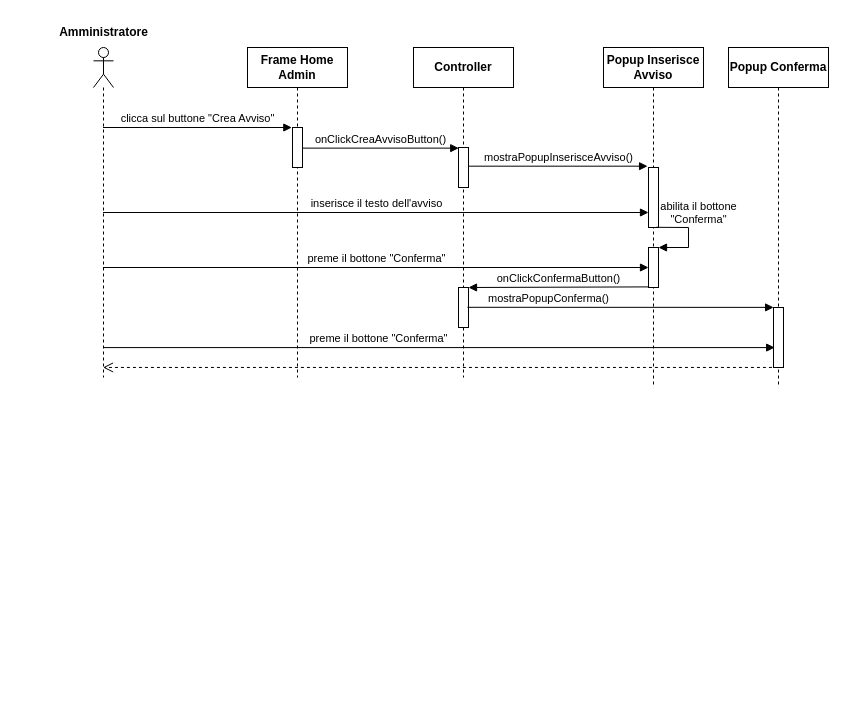
The draw.io diagram Documentazione/Sequence Diagram/Analisi/drawio/Sequence Diagram - Inserisce Avviso.drawio in vittorioruggiero/Progetto-IngSw, before the edit. Source tidied: cells renumbered, new cells numbered last; positions are measured from the earlier drawing's top-left corner, leaving out a move shared by most shapes. Both pictures are drawn from the tidied source at 100%, with x=0, y=0 at pixel (48, 17).
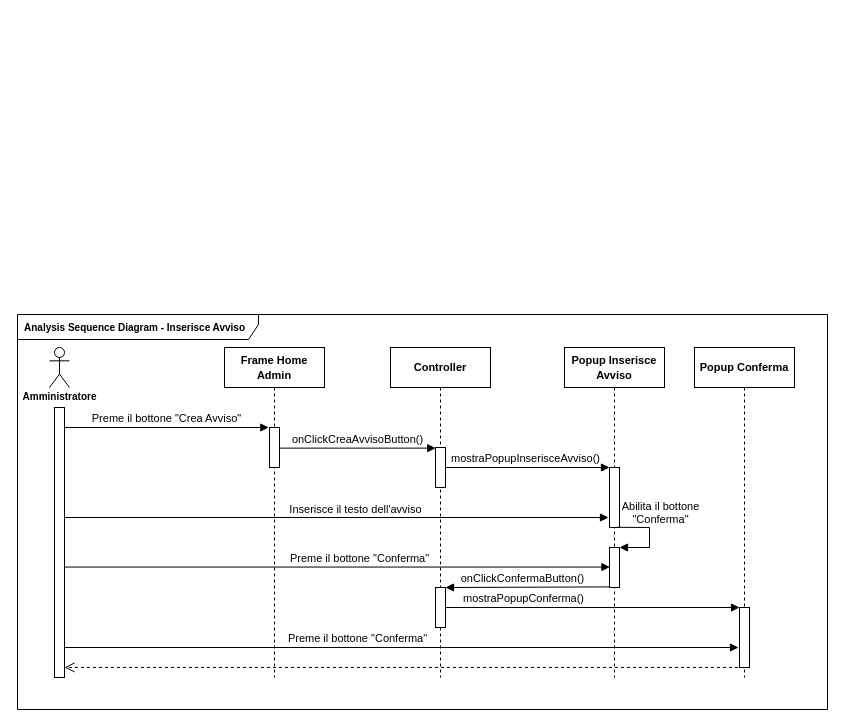
After the change.

Commit message (it also covers changes not shown here):
sequence diagram corretti

Unchanged cells that the change refers to:
```xml
<mxCell id="6" style="html=1;points=[];perimeter=orthogonalPerimeter;" parent="5" vertex="1">
  <mxGeometry x="45" y="120" width="10" height="60" as="geometry" />
</mxCell>
<mxCell id="7" style="html=1;points=[];perimeter=orthogonalPerimeter;" parent="5" vertex="1">
  <mxGeometry x="45" y="200" width="10" height="40" as="geometry" />
</mxCell>
<mxCell id="10" style="html=1;points=[];perimeter=orthogonalPerimeter;" parent="9" vertex="1">
  <mxGeometry x="45" y="100" width="10" height="40" as="geometry" />
</mxCell>
<mxCell id="11" style="html=1;points=[];perimeter=orthogonalPerimeter;" parent="9" vertex="1">
  <mxGeometry x="45" y="240" width="10" height="40" as="geometry" />
</mxCell>
<mxCell id="13" style="html=1;points=[];perimeter=orthogonalPerimeter;" parent="12" vertex="1">
  <mxGeometry x="45" y="80" width="10" height="40" as="geometry" />
</mxCell>
<mxCell id="20" style="html=1;points=[];perimeter=orthogonalPerimeter;" parent="19" vertex="1">
  <mxGeometry x="45" y="260" width="10" height="60" as="geometry" />
</mxCell>
```

Change to the diagram source:
```diff
@@
-    <mxCell id="2" style="shape=umlLifeline;participant=umlActor;perimeter=lifelinePerimeter;whiteSpace=wrap;html=1;verticalAlign=top;spacingTop=36;outlineConnect=0;size=40;" parent="1" vertex="1">
-      <mxGeometry x="45" y="30" width="20" height="330" as="geometry" />
-    </mxCell>
-    <mxCell id="3" value="clicca sul buttone &quot;Crea Avviso&quot;" style="html=1;verticalAlign=bottom;endArrow=block;rounded=0;entryX=-0.067;entryY=0;entryDx=0;entryDy=0;entryPerimeter=0;" parent="1" edge="1" source="2" target="13">
-      <mxGeometry relative="1" as="geometry" />
-    </mxCell>
-    <mxCell id="4" value="Amministratore" style="text;html=1;align=center;verticalAlign=middle;strokeColor=none;fillColor=none;fontStyle=1;" parent="1" vertex="1">
-      <mxGeometry width="110" height="30" as="geometry" />
-    </mxCell>
+    <mxCell id="24" value="&lt;b&gt;Analysis Sequence Diagram - Inserisce Avviso&lt;/b&gt;" style="shape=umlFrame;whiteSpace=wrap;html=1;width=241;height=25;boundedLbl=1;verticalAlign=middle;align=left;spacingLeft=5;fontSize=10;fillColor=none;" parent="1" vertex="1">
+      <mxGeometry x="-31" y="297" width="810" height="395" as="geometry" />
+    </mxCell>
+    <mxCell id="25" value="Preme il bottone &quot;Crea Avviso&quot;" style="html=1;verticalAlign=bottom;endArrow=block;rounded=0;entryX=-0.067;entryY=0;entryDx=0;entryDy=0;entryPerimeter=0;labelBackgroundColor=none;" parent="1" edge="1" source="31" target="13">
+      <mxGeometry relative="1" as="geometry" />
+    </mxCell>
-    <mxCell id="5" value="&lt;b&gt;Popup Inserisce Avviso&lt;/b&gt;" style="shape=umlLifeline;perimeter=lifelinePerimeter;whiteSpace=wrap;html=1;" parent="1" vertex="1">
-      <mxGeometry x="555" y="30" width="100" height="340" as="geometry" />
+    <mxCell id="5" value="&lt;b&gt;&lt;font style=&quot;font-size: 11px;&quot;&gt;Popup Inserisce Avviso&lt;/font&gt;&lt;/b&gt;" style="shape=umlLifeline;perimeter=lifelinePerimeter;whiteSpace=wrap;html=1;" parent="1" vertex="1">
+      <mxGeometry x="516" y="330" width="100" height="330" as="geometry" />
     </mxCell>
@@
-    <mxCell id="8" value="abilita il bottone &lt;br&gt;&quot;Conferma&quot;" style="html=1;verticalAlign=bottom;endArrow=block;rounded=0;exitX=0.759;exitY=0.997;exitDx=0;exitDy=0;exitPerimeter=0;" parent="5" edge="1">
-      <mxGeometry x="-0.21" y="10" relative="1" as="geometry">
-        <mxPoint x="52.6" y="179.8" as="sourcePoint" />
-        <mxPoint x="55" y="200" as="targetPoint" />
-        <Array as="points">
-          <mxPoint x="85" y="180" />
-          <mxPoint x="85" y="200" />
-        </Array>
-      </mxGeometry>
-    </mxCell>
+    <mxCell id="26" value="Abilita il bottone &lt;br&gt;&quot;Conferma&quot;" style="html=1;verticalAlign=bottom;endArrow=block;rounded=0;exitX=0.759;exitY=0.997;exitDx=0;exitDy=0;exitPerimeter=0;labelBackgroundColor=none;spacingLeft=-10;" parent="5" edge="1">
+      <mxGeometry x="-0.21" y="16" relative="1" as="geometry">
+        <mxPoint x="52.6" y="179.8" as="sourcePoint" />
+        <mxPoint x="55" y="200" as="targetPoint" />
+        <Array as="points">
+          <mxPoint x="85" y="180" />
+          <mxPoint x="85" y="200" />
+        </Array>
+      </mxGeometry>
+    </mxCell>
-    <mxCell id="9" value="&lt;b&gt;Controller&lt;/b&gt;" style="shape=umlLifeline;perimeter=lifelinePerimeter;whiteSpace=wrap;html=1;" parent="1" vertex="1">
-      <mxGeometry x="365" y="30" width="100" height="330" as="geometry" />
+    <mxCell id="9" value="&lt;b&gt;&lt;font style=&quot;font-size: 11px;&quot;&gt;Controller&lt;/font&gt;&lt;/b&gt;" style="shape=umlLifeline;perimeter=lifelinePerimeter;whiteSpace=wrap;html=1;" parent="1" vertex="1">
+      <mxGeometry x="342" y="330" width="100" height="330" as="geometry" />
     </mxCell>
@@
-    <mxCell id="12" value="Frame Home Admin" style="shape=umlLifeline;perimeter=lifelinePerimeter;whiteSpace=wrap;html=1;fontStyle=1;" parent="1" vertex="1">
-      <mxGeometry x="199" y="30" width="100" height="330" as="geometry" />
+    <mxCell id="12" value="&lt;font style=&quot;font-size: 11px;&quot;&gt;Frame Home Admin&lt;/font&gt;" style="shape=umlLifeline;perimeter=lifelinePerimeter;whiteSpace=wrap;html=1;fontStyle=1;" parent="1" vertex="1">
+      <mxGeometry x="176" y="330" width="100" height="330" as="geometry" />
     </mxCell>
@@
-    <mxCell id="14" value="onClickCreaAvvisoButton()" style="html=1;verticalAlign=bottom;endArrow=block;rounded=0;entryX=0.024;entryY=0.016;entryDx=0;entryDy=0;entryPerimeter=0;" parent="1" edge="1" source="13" target="10">
+    <mxCell id="14" value="onClickCreaAvvisoButton()" style="html=1;verticalAlign=bottom;endArrow=block;rounded=0;entryX=0.024;entryY=0.016;entryDx=0;entryDy=0;entryPerimeter=0;labelBackgroundColor=none;" parent="1" edge="1" source="13" target="10">
       <mxGeometry relative="1" as="geometry" />
     </mxCell>
-    <mxCell id="15" value="mostraPopupInserisceAvviso()" style="html=1;verticalAlign=bottom;endArrow=block;rounded=0;entryX=-0.093;entryY=-0.022;entryDx=0;entryDy=0;entryPerimeter=0;" parent="1" edge="1" source="10" target="6">
-      <mxGeometry relative="1" as="geometry" />
+    <mxCell id="15" value="mostraPopupInserisceAvviso()" style="html=1;verticalAlign=bottom;endArrow=block;rounded=0;labelBackgroundColor=none;spacing=3;spacingLeft=-9;" parent="1" edge="1" target="6">
+      <mxGeometry x="0.02" y="-1" relative="1" as="geometry">
+        <mxPoint x="397" y="450" as="sourcePoint" />
+      </mxGeometry>
     </mxCell>
-    <mxCell id="16" value="inserisce il testo dell'avviso" style="html=1;verticalAlign=bottom;endArrow=block;rounded=0;" parent="1" edge="1" source="2" target="6">
-      <mxGeometry relative="1" as="geometry" />
-    </mxCell>
-    <mxCell id="17" value="preme il bottone &quot;Conferma&quot;" style="html=1;verticalAlign=bottom;endArrow=block;rounded=0;" parent="1" edge="1" source="2">
-      <mxGeometry relative="1" as="geometry">
-        <mxPoint x="600" y="250" as="targetPoint" />
-      </mxGeometry>
-    </mxCell>
+    <mxCell id="27" value="Inserisce il testo dell'avviso" style="html=1;verticalAlign=bottom;endArrow=block;rounded=0;spacingLeft=-6;labelBackgroundColor=none;" parent="1" edge="1" source="31">
+      <mxGeometry x="0.08" y="-1" relative="1" as="geometry">
+        <mxPoint x="560" y="500" as="targetPoint" />
+      </mxGeometry>
+    </mxCell>
+    <mxCell id="28" value="Preme il bottone &quot;Conferma&quot;" style="html=1;verticalAlign=bottom;endArrow=block;rounded=0;entryX=0.043;entryY=0.489;entryDx=0;entryDy=0;entryPerimeter=0;labelBackgroundColor=none;" parent="1" edge="1" source="31" target="7">
+      <mxGeometry x="0.08" relative="1" as="geometry" />
+    </mxCell>
-    <mxCell id="18" value="onClickConfermaButton()" style="html=1;verticalAlign=bottom;endArrow=block;rounded=0;exitX=-0.014;exitY=0.985;exitDx=0;exitDy=0;exitPerimeter=0;" parent="1" edge="1" source="7">
-      <mxGeometry relative="1" as="geometry">
-        <mxPoint x="420" y="270" as="targetPoint" />
+    <mxCell id="18" value="onClickConfermaButton()" style="html=1;verticalAlign=bottom;endArrow=block;rounded=0;exitX=-0.014;exitY=0.985;exitDx=0;exitDy=0;exitPerimeter=0;labelBackgroundColor=none;spacingLeft=9;" parent="1" edge="1" source="7">
+      <mxGeometry x="0.11" relative="1" as="geometry">
+        <mxPoint x="397" y="570" as="targetPoint" />
       </mxGeometry>
     </mxCell>
-    <mxCell id="19" value="&lt;b&gt;Popup Conferma&lt;/b&gt;" style="shape=umlLifeline;perimeter=lifelinePerimeter;whiteSpace=wrap;html=1;" parent="1" vertex="1">
-      <mxGeometry x="680" y="30" width="100" height="340" as="geometry" />
+    <mxCell id="19" value="&lt;b&gt;&lt;font style=&quot;font-size: 11px;&quot;&gt;Popup Conferma&lt;/font&gt;&lt;/b&gt;" style="shape=umlLifeline;perimeter=lifelinePerimeter;whiteSpace=wrap;html=1;" parent="1" vertex="1">
+      <mxGeometry x="646" y="330" width="100" height="330" as="geometry" />
     </mxCell>
@@
-    <mxCell id="21" value="mostraPopupConferma()" style="html=1;verticalAlign=bottom;endArrow=block;rounded=0;entryX=0.01;entryY=-0.002;entryDx=0;entryDy=0;entryPerimeter=0;" parent="1" edge="1" target="20">
-      <mxGeometry x="-0.47" relative="1" as="geometry">
-        <mxPoint x="419" y="289.8" as="sourcePoint" />
-      </mxGeometry>
+    <mxCell id="21" value="mostraPopupConferma()" style="html=1;verticalAlign=bottom;endArrow=block;rounded=0;labelBackgroundColor=none;" parent="1" edge="1" source="11" target="20">
+      <mxGeometry x="-0.47" relative="1" as="geometry" />
     </mxCell>
-    <mxCell id="22" value="preme il bottone &quot;Conferma&quot;" style="html=1;verticalAlign=bottom;endArrow=block;rounded=0;entryX=0.121;entryY=0.668;entryDx=0;entryDy=0;entryPerimeter=0;" parent="1" edge="1" source="2" target="20">
-      <mxGeometry x="-0.18" relative="1" as="geometry" />
-    </mxCell>
-    <mxCell id="23" style="html=1;verticalAlign=bottom;endArrow=open;dashed=1;endSize=8;rounded=0;exitX=-0.155;exitY=0.999;exitDx=0;exitDy=0;exitPerimeter=0;" parent="1" edge="1" source="20" target="2">
-      <mxGeometry relative="1" as="geometry" />
-    </mxCell>
+    <mxCell id="29" value="Preme il bottone &quot;Conferma&quot;" style="html=1;verticalAlign=bottom;endArrow=block;rounded=0;labelBackgroundColor=none;" parent="1" edge="1" source="31">
+      <mxGeometry x="-0.13" relative="1" as="geometry">
+        <mxPoint x="690" y="630" as="targetPoint" />
+      </mxGeometry>
+    </mxCell>
+    <mxCell id="30" style="html=1;verticalAlign=bottom;endArrow=open;dashed=1;endSize=8;rounded=0;exitX=-0.155;exitY=0.999;exitDx=0;exitDy=0;exitPerimeter=0;" parent="1" edge="1" source="20" target="31">
+      <mxGeometry relative="1" as="geometry" />
+    </mxCell>
+    <mxCell id="4" value="&lt;font style=&quot;font-size: 10px;&quot;&gt;&lt;b&gt;Amministratore&lt;/b&gt;&lt;/font&gt;" style="shape=umlActor;verticalLabelPosition=bottom;verticalAlign=top;html=1;fillColor=none;spacing=-3;" parent="1" vertex="1">
+      <mxGeometry x="1" y="330" width="20" height="40" as="geometry" />
+    </mxCell>
+    <mxCell id="31" style="html=1;points=[];perimeter=orthogonalPerimeter;fontSize=10;fillColor=none;" parent="1" vertex="1">
+      <mxGeometry x="6" y="390" width="10" height="270" as="geometry" />
+    </mxCell>
```
